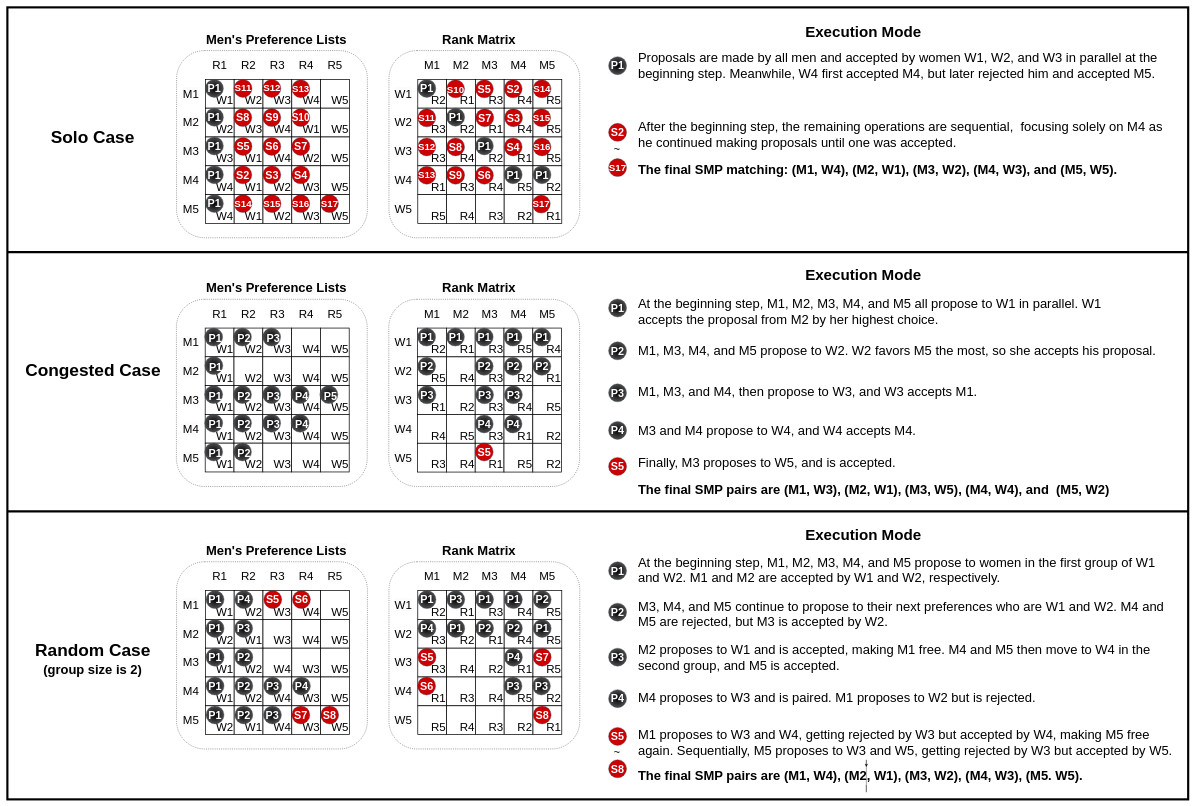
Before: 3Workloads.drawio in victorliu-sq/BambooSMP-Figures, a draw.io diagram. Source tidied: cells renumbered, new cells numbered last; positions are measured from the earlier drawing's top-left corner, leaving out a move shared by most shapes. Both pictures are drawn from the tidied source at 36%, with x=0, y=0 at pixel (7, 7).
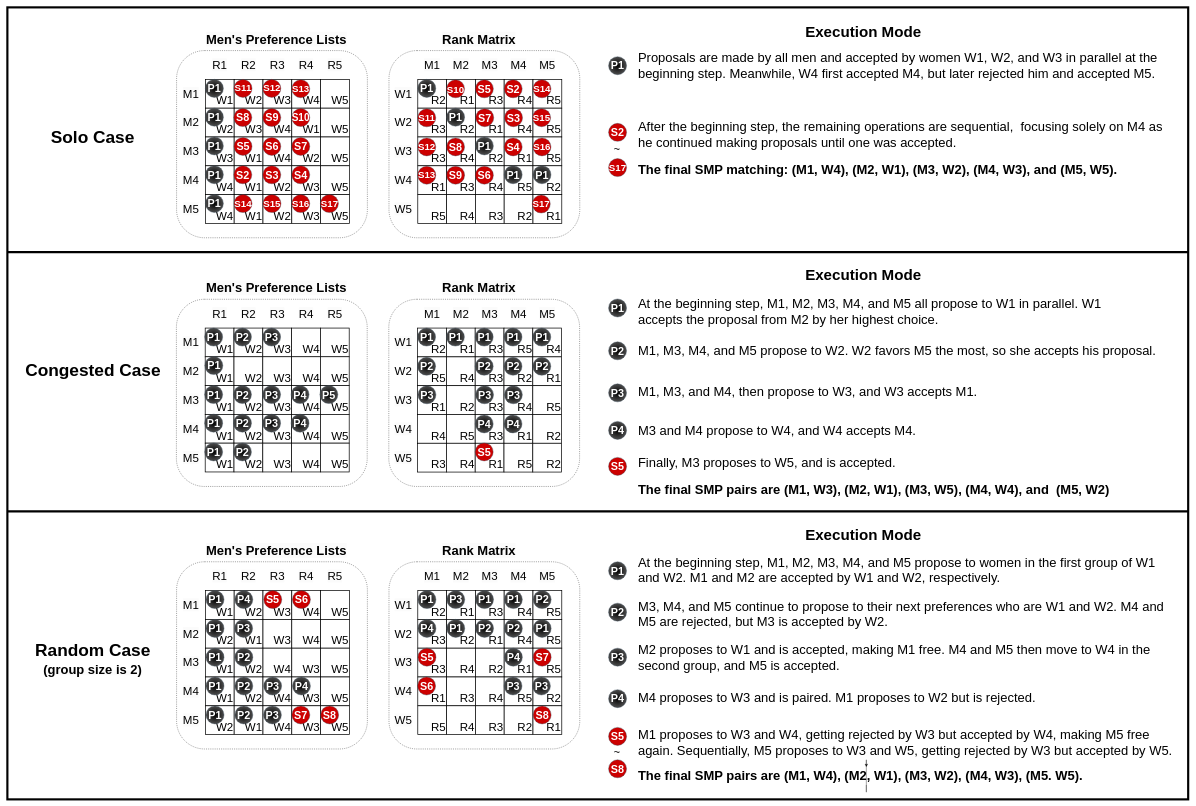
The same diagram, later.

Diff of the diagram source:
```diff
@@
-    <mxCell id="232" value="P1" style="ellipse;whiteSpace=wrap;html=1;strokeColor=#314354;align=right;verticalAlign=bottom;fontFamily=Helvetica;fontSize=30;fillColor=#000000;fontColor=#ffffff;gradientColor=#4D4D4D;gradientDirection=radial;fontStyle=1;" parent="1" vertex="1">
+    <mxCell id="232" value="P1" style="ellipse;whiteSpace=wrap;html=1;strokeColor=#314354;align=center;verticalAlign=middle;fontFamily=Helvetica;fontSize=30;fillColor=#000000;fontColor=#ffffff;gradientColor=#4D4D4D;gradientDirection=radial;fontStyle=1;" parent="1" vertex="1">
       <mxGeometry x="548" y="1050.5" width="50" height="50" as="geometry" />
     </mxCell>
-    <mxCell id="233" value="P1" style="ellipse;whiteSpace=wrap;html=1;strokeColor=#314354;align=right;verticalAlign=bottom;fontFamily=Helvetica;fontSize=30;fillColor=#000000;fontColor=#ffffff;fillStyle=solid;strokeWidth=1;fontStyle=1;gradientColor=#4D4D4D;gradientDirection=radial;" parent="1" vertex="1">
+    <mxCell id="233" value="P1" style="ellipse;whiteSpace=wrap;html=1;strokeColor=#314354;align=center;verticalAlign=middle;fontFamily=Helvetica;fontSize=30;fillColor=#000000;fontColor=#ffffff;fillStyle=solid;strokeWidth=1;fontStyle=1;gradientColor=#4D4D4D;gradientDirection=radial;" parent="1" vertex="1">
       <mxGeometry x="548.5" y="970" width="50" height="50" as="geometry" />
     </mxCell>
-    <mxCell id="234" value="P1" style="ellipse;whiteSpace=wrap;html=1;strokeColor=#314354;align=right;verticalAlign=bottom;fontFamily=Helvetica;fontSize=30;fillColor=#000000;fontColor=#ffffff;strokeWidth=1;perimeterSpacing=1;gradientColor=#4D4D4D;gradientDirection=radial;fontStyle=1;" parent="1" vertex="1">
+    <mxCell id="234" value="P1" style="ellipse;whiteSpace=wrap;html=1;strokeColor=#314354;align=center;verticalAlign=middle;fontFamily=Helvetica;fontSize=30;fillColor=#000000;fontColor=#ffffff;strokeWidth=1;perimeterSpacing=1;gradientColor=#4D4D4D;gradientDirection=radial;fontStyle=1;" parent="1" vertex="1">
       <mxGeometry x="548" y="890.8" width="50" height="50" as="geometry" />
     </mxCell>
-    <mxCell id="235" value="P1" style="ellipse;whiteSpace=wrap;html=1;strokeColor=#314354;align=right;verticalAlign=bottom;fontFamily=Helvetica;fontSize=30;fillColor=#000000;fontColor=#ffffff;gradientColor=#4D4D4D;gradientDirection=radial;fontStyle=1;" parent="1" vertex="1">
+    <mxCell id="235" value="P1" style="ellipse;whiteSpace=wrap;html=1;strokeColor=#314354;align=center;verticalAlign=middle;fontFamily=Helvetica;fontSize=30;fillColor=#000000;fontColor=#ffffff;gradientColor=#4D4D4D;gradientDirection=radial;fontStyle=1;" parent="1" vertex="1">
       <mxGeometry x="548" y="1130" width="50" height="50" as="geometry" />
     </mxCell>
-    <mxCell id="236" value="P1" style="ellipse;whiteSpace=wrap;html=1;strokeColor=#314354;align=right;verticalAlign=bottom;fontFamily=Helvetica;fontSize=30;fillColor=#000000;fontColor=#ffffff;gradientColor=#4D4D4D;gradientDirection=radial;fontStyle=1;" parent="1" vertex="1">
+    <mxCell id="236" value="P1" style="ellipse;whiteSpace=wrap;html=1;strokeColor=#314354;align=center;verticalAlign=middle;fontFamily=Helvetica;fontSize=30;fillColor=#000000;fontColor=#ffffff;gradientColor=#4D4D4D;gradientDirection=radial;fontStyle=1;" parent="1" vertex="1">
       <mxGeometry x="548" y="1209.8" width="50" height="50" as="geometry" />
     </mxCell>
-    <mxCell id="237" value="P2" style="ellipse;whiteSpace=wrap;html=1;strokeColor=#314354;align=right;verticalAlign=bottom;fontFamily=Helvetica;fontSize=30;fillColor=#000000;fontColor=#ffffff;strokeWidth=1;perimeterSpacing=1;gradientColor=#4D4D4D;gradientDirection=radial;fontStyle=1;" parent="1" vertex="1">
+    <mxCell id="237" value="P2" style="ellipse;whiteSpace=wrap;html=1;strokeColor=#314354;align=center;verticalAlign=middle;fontFamily=Helvetica;fontSize=30;fillColor=#000000;fontColor=#ffffff;strokeWidth=1;perimeterSpacing=1;gradientColor=#4D4D4D;gradientDirection=radial;fontStyle=1;" parent="1" vertex="1">
       <mxGeometry x="628" y="890.8" width="50" height="50" as="geometry" />
     </mxCell>
-    <mxCell id="238" value="P2" style="ellipse;whiteSpace=wrap;html=1;strokeColor=#314354;align=right;verticalAlign=bottom;fontFamily=Helvetica;fontSize=30;fillColor=#000000;fontColor=#ffffff;strokeWidth=1;perimeterSpacing=1;gradientColor=#4D4D4D;gradientDirection=radial;fontStyle=1;" parent="1" vertex="1">
+    <mxCell id="238" value="P2" style="ellipse;whiteSpace=wrap;html=1;strokeColor=#314354;align=center;verticalAlign=middle;fontFamily=Helvetica;fontSize=30;fillColor=#000000;fontColor=#ffffff;strokeWidth=1;perimeterSpacing=1;gradientColor=#4D4D4D;gradientDirection=radial;fontStyle=1;" parent="1" vertex="1">
       <mxGeometry x="628" y="1050.5" width="50" height="50" as="geometry" />
     </mxCell>
-    <mxCell id="239" value="P2" style="ellipse;whiteSpace=wrap;html=1;strokeColor=#314354;align=right;verticalAlign=bottom;fontFamily=Helvetica;fontSize=30;fillColor=#000000;fontColor=#ffffff;strokeWidth=1;perimeterSpacing=1;gradientColor=#4D4D4D;gradientDirection=radial;fontStyle=1;" parent="1" vertex="1">
+    <mxCell id="239" value="P2" style="ellipse;whiteSpace=wrap;html=1;strokeColor=#314354;align=center;verticalAlign=middle;fontFamily=Helvetica;fontSize=30;fillColor=#000000;fontColor=#ffffff;strokeWidth=1;perimeterSpacing=1;gradientColor=#4D4D4D;gradientDirection=radial;fontStyle=1;" parent="1" vertex="1">
       <mxGeometry x="628" y="1130" width="50" height="50" as="geometry" />
     </mxCell>
-    <mxCell id="240" value="P2" style="ellipse;whiteSpace=wrap;html=1;strokeColor=#314354;align=right;verticalAlign=bottom;fontFamily=Helvetica;fontSize=30;fillColor=#000000;fontColor=#ffffff;strokeWidth=1;perimeterSpacing=1;fillStyle=solid;fontStyle=1;gradientColor=#4D4D4D;gradientDirection=radial;" parent="1" vertex="1">
+    <mxCell id="240" value="P2" style="ellipse;whiteSpace=wrap;html=1;strokeColor=#314354;align=center;verticalAlign=middle;fontFamily=Helvetica;fontSize=30;fillColor=#000000;fontColor=#ffffff;strokeWidth=1;perimeterSpacing=1;fillStyle=solid;fontStyle=1;gradientColor=#4D4D4D;gradientDirection=radial;" parent="1" vertex="1">
       <mxGeometry x="628" y="1209.8" width="50" height="50" as="geometry" />
     </mxCell>
-    <mxCell id="241" value="P3" style="ellipse;whiteSpace=wrap;html=1;strokeColor=#314354;align=right;verticalAlign=bottom;fontFamily=Helvetica;fontSize=30;fillColor=#000000;fontColor=#ffffff;strokeWidth=1;perimeterSpacing=1;fillStyle=solid;fontStyle=1;gradientColor=#4D4D4D;gradientDirection=radial;" parent="1" vertex="1">
+    <mxCell id="241" value="P3" style="ellipse;whiteSpace=wrap;html=1;strokeColor=#314354;align=center;verticalAlign=middle;fontFamily=Helvetica;fontSize=30;fillColor=#000000;fontColor=#ffffff;strokeWidth=1;perimeterSpacing=1;fillStyle=solid;fontStyle=1;gradientColor=#4D4D4D;gradientDirection=radial;" parent="1" vertex="1">
       <mxGeometry x="709" y="890.8" width="50" height="50" as="geometry" />
     </mxCell>
-    <mxCell id="242" value="P3" style="ellipse;whiteSpace=wrap;html=1;strokeColor=#314354;align=right;verticalAlign=bottom;fontFamily=Helvetica;fontSize=30;fillColor=#000000;fontColor=#ffffff;strokeWidth=1;perimeterSpacing=1;gradientColor=#4D4D4D;gradientDirection=radial;fontStyle=1;" parent="1" vertex="1">
+    <mxCell id="242" value="P3" style="ellipse;whiteSpace=wrap;html=1;strokeColor=#314354;align=center;verticalAlign=middle;fontFamily=Helvetica;fontSize=30;fillColor=#000000;fontColor=#ffffff;strokeWidth=1;perimeterSpacing=1;gradientColor=#4D4D4D;gradientDirection=radial;fontStyle=1;" parent="1" vertex="1">
       <mxGeometry x="709" y="1050.5" width="50" height="50" as="geometry" />
     </mxCell>
-    <mxCell id="243" value="P3" style="ellipse;whiteSpace=wrap;html=1;strokeColor=#314354;align=right;verticalAlign=bottom;fontFamily=Helvetica;fontSize=30;fillColor=#000000;fontColor=#ffffff;strokeWidth=1;perimeterSpacing=1;gradientColor=#4D4D4D;gradientDirection=radial;fontStyle=1;" parent="1" vertex="1">
+    <mxCell id="243" value="P3" style="ellipse;whiteSpace=wrap;html=1;strokeColor=#314354;align=center;verticalAlign=middle;fontFamily=Helvetica;fontSize=30;fillColor=#000000;fontColor=#ffffff;strokeWidth=1;perimeterSpacing=1;gradientColor=#4D4D4D;gradientDirection=radial;fontStyle=1;" parent="1" vertex="1">
       <mxGeometry x="709" y="1130" width="50" height="50" as="geometry" />
     </mxCell>
-    <mxCell id="244" value="P4" style="ellipse;whiteSpace=wrap;html=1;strokeColor=#314354;align=right;verticalAlign=bottom;fontFamily=Helvetica;fontSize=30;fillColor=#000000;fontColor=#ffffff;strokeWidth=1;perimeterSpacing=1;gradientColor=#4D4D4D;gradientDirection=radial;fontStyle=1;" parent="1" vertex="1">
+    <mxCell id="244" value="P4" style="ellipse;whiteSpace=wrap;html=1;strokeColor=#314354;align=center;verticalAlign=middle;fontFamily=Helvetica;fontSize=30;fillColor=#000000;fontColor=#ffffff;strokeWidth=1;perimeterSpacing=1;gradientColor=#4D4D4D;gradientDirection=radial;fontStyle=1;" parent="1" vertex="1">
       <mxGeometry x="788" y="1050.5" width="50" height="50" as="geometry" />
     </mxCell>
-    <mxCell id="245" value="P4" style="ellipse;whiteSpace=wrap;html=1;strokeColor=#314354;align=right;verticalAlign=bottom;fontFamily=Helvetica;fontSize=30;fillColor=#000000;fontColor=#ffffff;strokeWidth=1;perimeterSpacing=1;fillStyle=solid;fontStyle=1;gradientColor=#4D4D4D;gradientDirection=radial;" parent="1" vertex="1">
+    <mxCell id="245" value="P4" style="ellipse;whiteSpace=wrap;html=1;strokeColor=#314354;align=center;verticalAlign=middle;fontFamily=Helvetica;fontSize=30;fillColor=#000000;fontColor=#ffffff;strokeWidth=1;perimeterSpacing=1;fillStyle=solid;fontStyle=1;gradientColor=#4D4D4D;gradientDirection=radial;" parent="1" vertex="1">
       <mxGeometry x="788" y="1130" width="50" height="50" as="geometry" />
     </mxCell>
-    <mxCell id="246" value="P5" style="ellipse;whiteSpace=wrap;html=1;strokeColor=#314354;align=right;verticalAlign=bottom;fontFamily=Helvetica;fontSize=30;fillColor=#000000;fontColor=#ffffff;strokeWidth=1;perimeterSpacing=1;fillStyle=solid;fontStyle=1;gradientColor=#4D4D4D;gradientDirection=radial;" parent="1" vertex="1">
+    <mxCell id="246" value="P5" style="ellipse;whiteSpace=wrap;html=1;strokeColor=#314354;align=center;verticalAlign=middle;fontFamily=Helvetica;fontSize=30;fillColor=#000000;fontColor=#ffffff;strokeWidth=1;perimeterSpacing=1;fillStyle=solid;fontStyle=1;gradientColor=#4D4D4D;gradientDirection=radial;" parent="1" vertex="1">
       <mxGeometry x="868" y="1050.5" width="50" height="50" as="geometry" />
     </mxCell>
```
